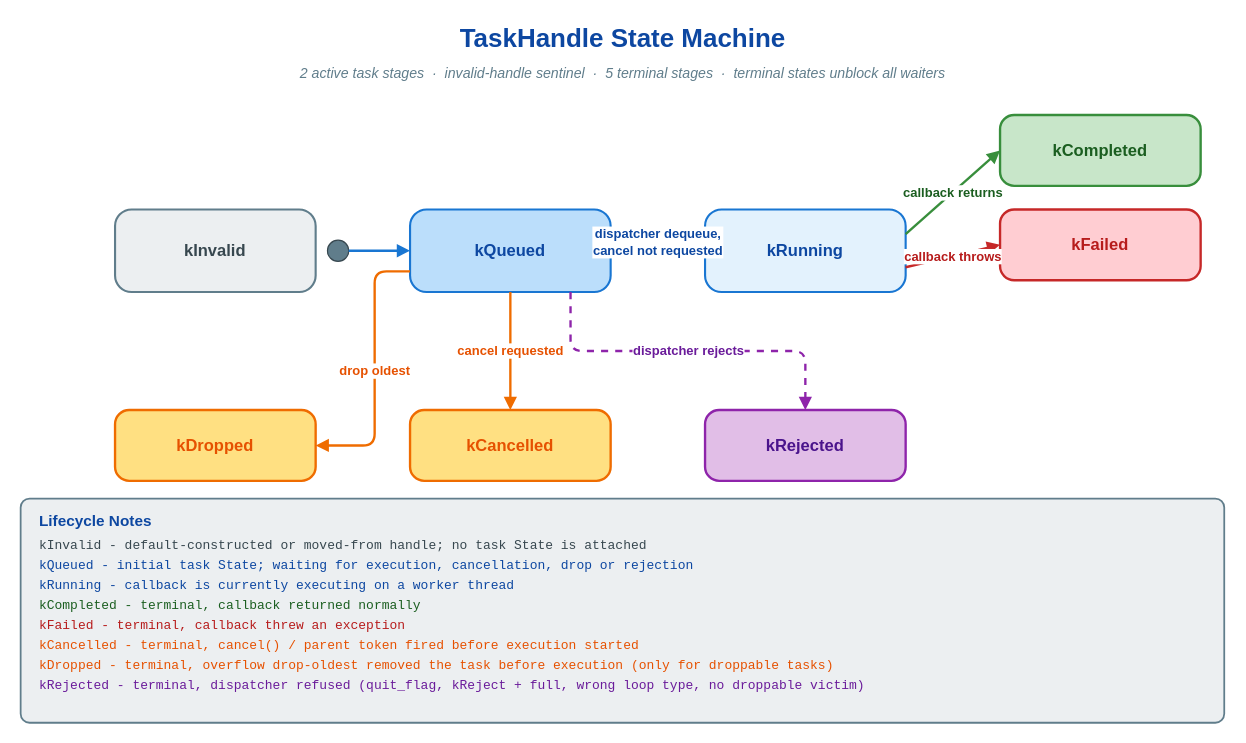
Before: doc/images/task-handle-state-machine.drawio in thun-res/vlink, a draw.io diagram. Source tidied: cells renumbered, new cells numbered last; positions are measured from the earlier drawing's top-left corner, leaving out a move shared by most shapes. Both pictures are drawn from the tidied source at 118%, with x=0, y=0 at pixel (20, 20).
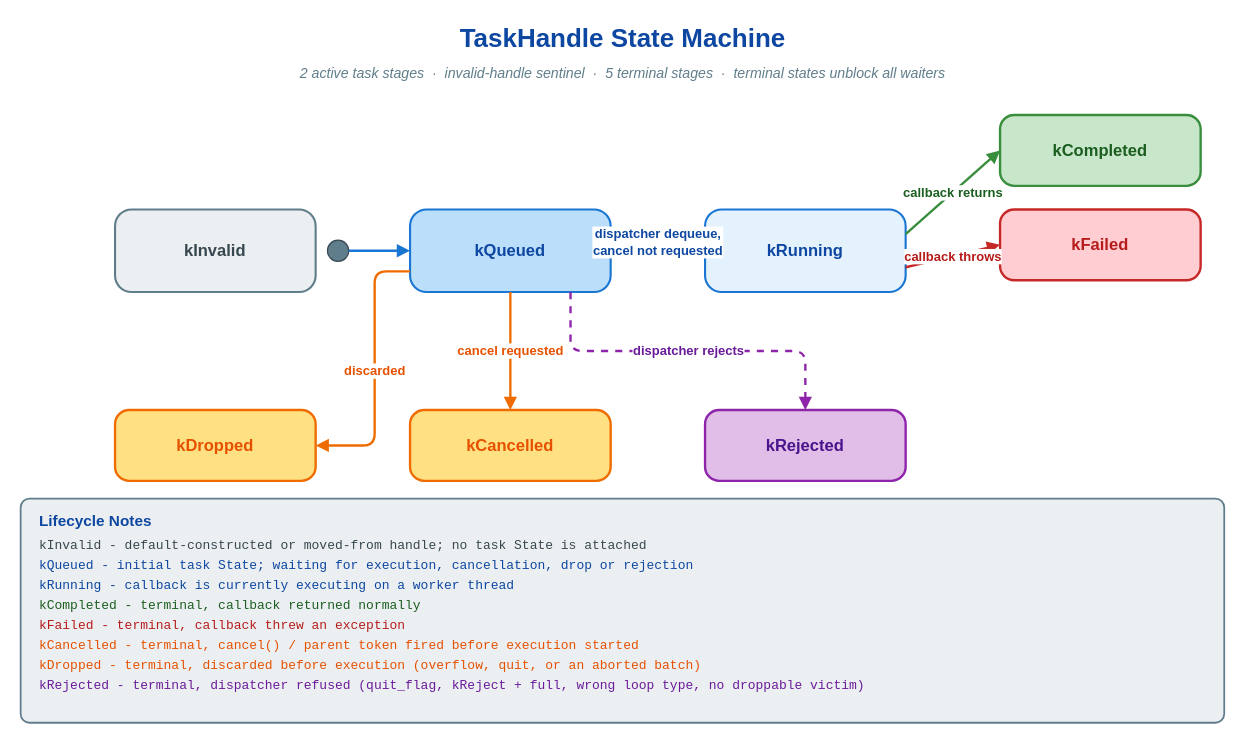
Above is the later version.

Commit message (it also covers changes not shown here):
fix(base): release staged tasks when the message loop exits

Unchanged cells that the change refers to:
```xml
<mxCell id="7" value="kQueued" style="rounded=1;whiteSpace=wrap;html=1;fillColor=#bbdefb;strokeColor=#1976d2;strokeWidth=1.8;fontFamily=Helvetica;fontSize=14;fontStyle=1;fontColor=#0d47a1;arcSize=20;shadow=0;" parent="1" vertex="1">
  <mxGeometry x="330" y="160" width="170" height="70" as="geometry" />
</mxCell>
<mxCell id="12" value="kDropped" style="rounded=1;whiteSpace=wrap;html=1;fillColor=#ffe082;strokeColor=#ef6c00;strokeWidth=2;fontFamily=Helvetica;fontSize=14;fontStyle=1;fontColor=#e65100;arcSize=20;shadow=0;" parent="1" vertex="1">
  <mxGeometry x="80" y="330" width="170" height="60" as="geometry" />
</mxCell>
```

Change to the diagram source:
```diff
@@
-    <mxCell id="18" value="drop oldest" style="endArrow=block;endFill=1;html=1;strokeColor=#ef6c00;strokeWidth=2;fontFamily=Helvetica;fontSize=11;fontStyle=1;fontColor=#e65100;labelBackgroundColor=#ffffff;edgeStyle=orthogonalEdgeStyle;rounded=1;exitX=0;exitY=0.75;entryX=1;entryY=0.5;shadow=0;" parent="1" edge="1" source="7" target="12">
+    <mxCell id="18" value="discarded" style="endArrow=block;endFill=1;html=1;strokeColor=#ef6c00;strokeWidth=2;fontFamily=Helvetica;fontSize=11;fontStyle=1;fontColor=#e65100;labelBackgroundColor=#ffffff;edgeStyle=orthogonalEdgeStyle;rounded=1;exitX=0;exitY=0.75;entryX=1;entryY=0.5;shadow=0;" parent="1" edge="1" source="7" target="12">
       <mxGeometry relative="1" as="geometry">
         <Array as="points">
           <mxPoint x="300" y="212" />
           <mxPoint x="300" y="360" />
         </Array>
       </mxGeometry>
     </mxCell>
@@
-    <mxCell id="28" value="kDropped     - terminal, overflow drop-oldest removed the task before execution (only for droppable tasks)" style="text;html=1;align=left;verticalAlign=middle;strokeColor=none;fillColor=none;fontSize=11;fontFamily=Courier New;fontColor=#e65100;" parent="1" vertex="1">
+    <mxCell id="28" value="kDropped     - terminal, discarded before execution (overflow, quit, or an aborted batch)" style="text;html=1;align=left;verticalAlign=middle;strokeColor=none;fillColor=none;fontSize=11;fontFamily=Courier New;fontColor=#e65100;" parent="1" vertex="1">
       <mxGeometry x="14" y="538" width="990" height="18" as="geometry" />
     </mxCell>
```
